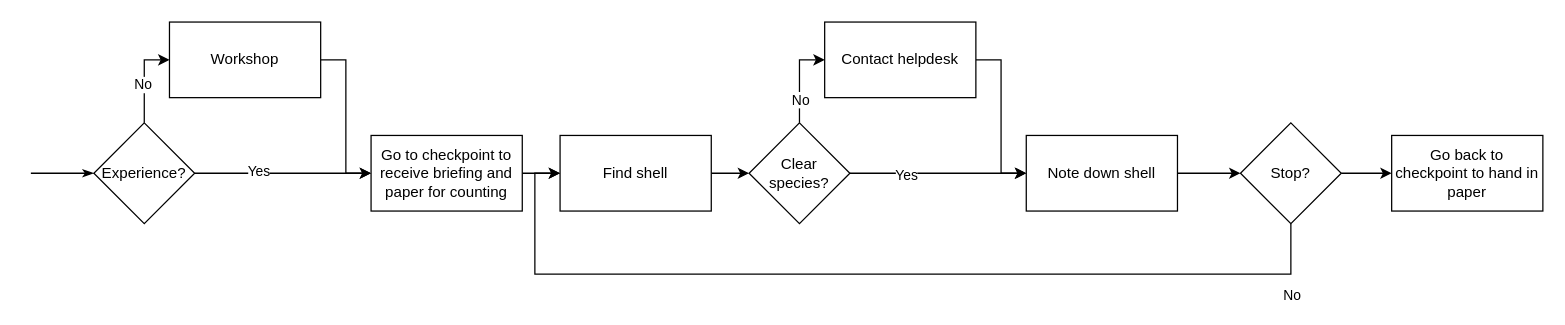
TijsVK/Counting-shells keeps this draw.io diagram as page "Current counting scenario" (1 of 2) of Tex/fig/Counting shells.drawio. Above is the earlier version. Source tidied: cells renumbered, new cells numbered last; positions are measured from the earlier drawing's top-left corner, leaving out a move shared by most shapes. Both pictures are drawn from the tidied source at 126%, with x=0, y=0 at pixel (30, 21).
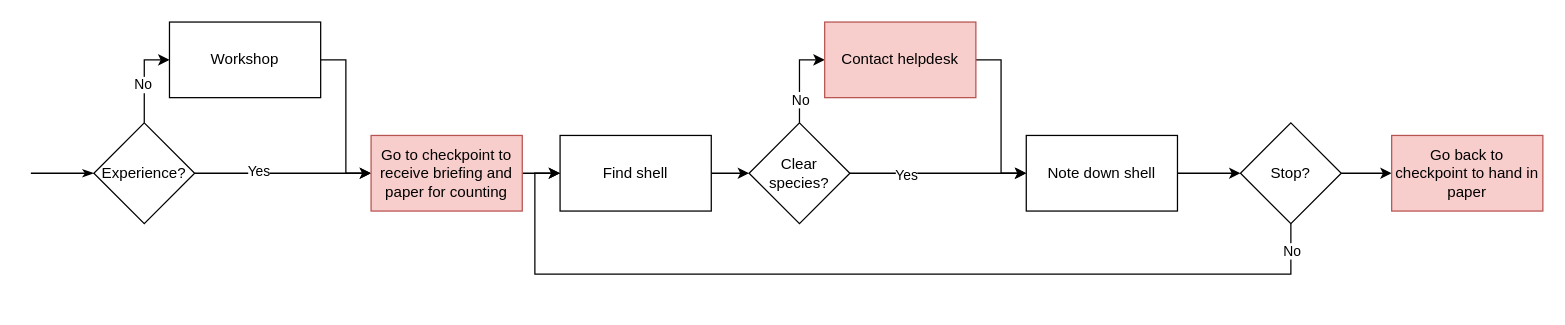
After the change.

The change refers to these unchanged cells:
```xml
<mxCell id="23" style="edgeStyle=orthogonalEdgeStyle;rounded=0;jettySize=auto;html=1;startArrow=none;startFill=0;endArrow=classic;endFill=1;" parent="1" edge="1" source="26">
  <mxGeometry relative="1" as="geometry">
    <mxPoint x="420" y="120" as="targetPoint" />
    <Array as="points">
      <mxPoint x="1000" y="200" />
      <mxPoint x="400" y="200" />
      <mxPoint x="400" y="120" />
    </Array>
  </mxGeometry>
</mxCell>
```

Diff of the diagram source:
```diff
@@
-    <mxCell id="11" value="Go to checkpoint to receive briefing and paper for counting" style="rounded=0;whiteSpace=wrap;html=1;" parent="1" vertex="1">
+    <mxCell id="11" value="Go to checkpoint to receive briefing and paper for counting" style="rounded=0;whiteSpace=wrap;html=1;fillColor=#f8cecc;strokeColor=#b85450;" parent="1" vertex="1">
       <mxGeometry x="270" y="90" width="120" height="60" as="geometry" />
     </mxCell>
@@
-    <mxCell id="22" value="Contact helpdesk" style="rounded=0;whiteSpace=wrap;html=1;" parent="1" vertex="1">
+    <mxCell id="22" value="Contact helpdesk" style="rounded=0;whiteSpace=wrap;html=1;fillColor=#f8cecc;strokeColor=#b85450;" parent="1" vertex="1">
       <mxGeometry x="630" width="120" height="60" as="geometry" />
     </mxCell>
@@
     <mxCell id="24" value="No" style="edgeLabel;html=1;align=center;verticalAlign=middle;" parent="23" vertex="1">
       <mxGeometry x="-0.94" relative="1" as="geometry">
-        <mxPoint y="34" as="offset" />
+        <mxPoint y="-1" as="offset" />
       </mxGeometry>
     </mxCell>
@@
-    <mxCell id="27" value="Go back to checkpoint to hand in paper" style="rounded=0;whiteSpace=wrap;html=1;" parent="1" vertex="1">
+    <mxCell id="27" value="Go back to checkpoint to hand in paper" style="rounded=0;whiteSpace=wrap;html=1;fillColor=#f8cecc;strokeColor=#b85450;" parent="1" vertex="1">
       <mxGeometry x="1080" y="90" width="120" height="60" as="geometry" />
     </mxCell>
```
